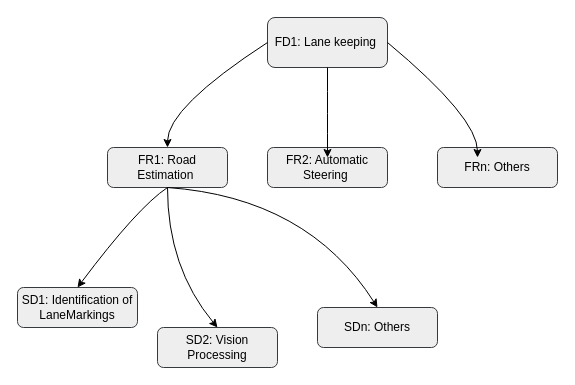
The draw.io diagram Lane Keeping.drawio in amnapir/Figures, before the edit. Source tidied: cells renumbered, new cells numbered last; positions are measured from the earlier drawing's top-left corner, leaving out a move shared by most shapes. Both pictures are drawn from the tidied source at 100%, with x=0, y=0 at pixel (17, 17).
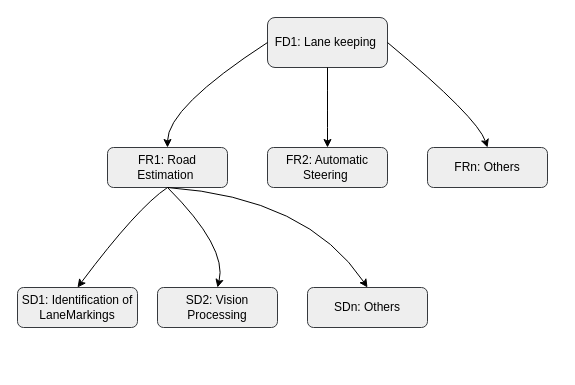
The same page after the edit.

The change refers to these unchanged cells:
```xml
<mxCell id="2" value="FD1: Lane keeping&amp;nbsp;" style="rounded=1;whiteSpace=wrap;html=1;fillColor=#eeeeee;strokeColor=#36393d;" parent="1" vertex="1">
  <mxGeometry x="250" width="120" height="50" as="geometry" />
</mxCell>
<mxCell id="3" value="FR2: Automatic Steering&amp;nbsp;" style="rounded=1;whiteSpace=wrap;html=1;fillColor=#eeeeee;strokeColor=#36393d;" parent="1" vertex="1">
  <mxGeometry x="250" y="130" width="120" height="40" as="geometry" />
</mxCell>
<mxCell id="5" value="FR1: Road Estimation&amp;nbsp;" style="rounded=1;whiteSpace=wrap;html=1;fillColor=#eeeeee;strokeColor=#36393d;" parent="1" vertex="1">
  <mxGeometry x="90" y="130" width="120" height="40" as="geometry" />
</mxCell>
```

Change to the diagram source:
```diff
@@
     <mxCell id="4" value="FRn: Others" style="rounded=1;whiteSpace=wrap;html=1;fillColor=#eeeeee;strokeColor=#36393d;" parent="1" vertex="1">
-      <mxGeometry x="420" y="130" width="120" height="40" as="geometry" />
+      <mxGeometry x="410" y="130" width="120" height="40" as="geometry" />
     </mxCell>
@@
-    <mxCell id="7" style="curved=1;endArrow=classic;html=1;rounded=0;exitX=1;exitY=0.5;exitDx=0;exitDy=0;entryX=0.5;entryY=0;entryDx=0;entryDy=0;" parent="1" edge="1" source="2">
+    <mxCell id="7" style="curved=1;endArrow=classic;html=1;rounded=0;exitX=1;exitY=0.5;exitDx=0;exitDy=0;entryX=0.5;entryY=0;entryDx=0;entryDy=0;" parent="1" edge="1" source="2" target="4">
       <mxGeometry relative="1" as="geometry">
-        <mxPoint x="460" y="140" as="targetPoint" />
         <Array as="points">
           <mxPoint x="460" y="100" />
         </Array>
       </mxGeometry>
     </mxCell>
-    <mxCell id="8" style="curved=1;endArrow=classic;html=1;rounded=0;entryX=0.5;entryY=0;entryDx=0;entryDy=0;exitX=0.5;exitY=1;exitDx=0;exitDy=0;" parent="1" edge="1" source="2">
+    <mxCell id="8" style="curved=1;endArrow=classic;html=1;rounded=0;exitX=0.5;exitY=1;exitDx=0;exitDy=0;entryX=0.5;entryY=0;entryDx=0;entryDy=0;" parent="1" edge="1" source="2" target="3">
       <mxGeometry relative="1" as="geometry">
-        <mxPoint x="310" y="140" as="targetPoint" />
         <Array as="points">
           <mxPoint x="310" y="100" />
         </Array>
       </mxGeometry>
     </mxCell>
@@
     <mxCell id="10" value="SD2: Vision Processing" style="rounded=1;whiteSpace=wrap;html=1;fillColor=#eeeeee;strokeColor=#36393d;" parent="1" vertex="1">
-      <mxGeometry x="140" y="310" width="120" height="40" as="geometry" />
+      <mxGeometry x="140" y="270" width="120" height="40" as="geometry" />
     </mxCell>
     <mxCell id="11" value="SDn: Others" style="rounded=1;whiteSpace=wrap;html=1;fillColor=#eeeeee;strokeColor=#36393d;" parent="1" vertex="1">
-      <mxGeometry x="300" y="290" width="120" height="40" as="geometry" />
+      <mxGeometry x="290" y="270" width="120" height="40" as="geometry" />
     </mxCell>
@@
     <mxCell id="13" style="curved=1;endArrow=classic;html=1;rounded=0;entryX=0.5;entryY=0;entryDx=0;entryDy=0;exitX=0.5;exitY=1;exitDx=0;exitDy=0;" parent="1" edge="1" source="5" target="10">
       <mxGeometry relative="1" as="geometry">
         <Array as="points">
-          <mxPoint x="150" y="250" />
+          <mxPoint x="210" y="230" />
         </Array>
       </mxGeometry>
     </mxCell>
```
